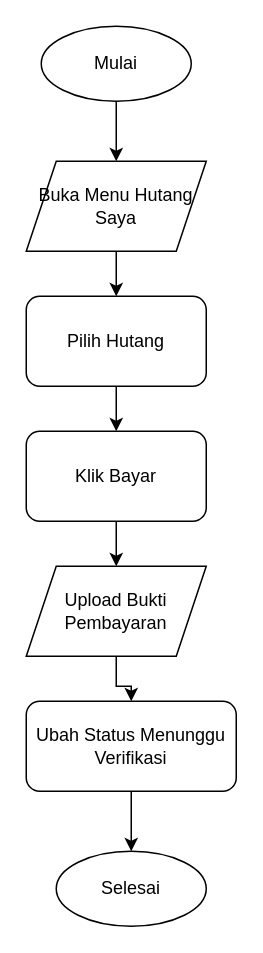
The draw.io diagram diagram/flowchart/07_customer_bayar_hutang.drawio in RajaSunrise/ud_zivana, before the edit. Source tidied: cells renumbered, new cells numbered last; positions are measured from the earlier drawing's top-left corner, leaving out a move shared by most shapes. Both pictures are drawn from the tidied source at 150%, with x=0, y=0 at pixel (26, 26).
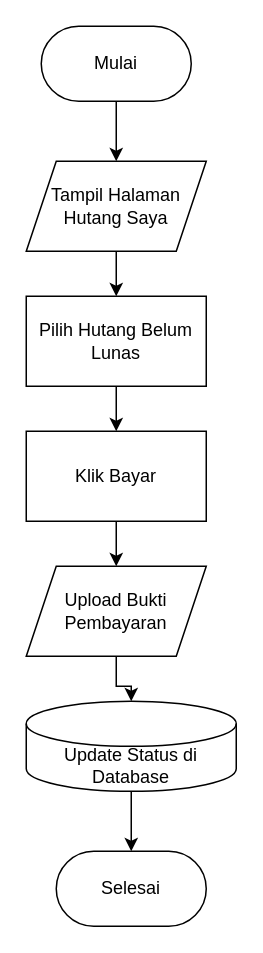
The same diagram, later.

The edit, as a diff of the source:
```diff
@@
 <mxGraphModel>
   <root>
     <mxCell id="0" />
     <mxCell id="1" parent="0" />
-    <mxCell id="2" value="Mulai" style="ellipse;whiteSpace=wrap;html=1;" parent="1" vertex="1">
+    <mxCell id="2" value="Mulai" style="rounded=1;whiteSpace=wrap;html=1;arcSize=50;" parent="1" vertex="1">
       <mxGeometry x="10" width="100" height="50" as="geometry" />
     </mxCell>
-    <mxCell id="3" value="Buka Menu Hutang Saya" style="shape=parallelogram;perimeter=parallelogramPerimeter;whiteSpace=wrap;html=1;fixedSize=1;" parent="1" vertex="1">
+    <mxCell id="3" value="Tampil Halaman Hutang Saya" style="shape=parallelogram;perimeter=parallelogramPerimeter;whiteSpace=wrap;html=1;fixedSize=1;" parent="1" vertex="1">
       <mxGeometry y="90" width="120" height="60" as="geometry" />
     </mxCell>
-    <mxCell id="4" value="Pilih Hutang" style="rounded=1;whiteSpace=wrap;html=1;" parent="1" vertex="1">
+    <mxCell id="4" value="Pilih Hutang Belum Lunas" style="rounded=0;whiteSpace=wrap;html=1;" parent="1" vertex="1">
       <mxGeometry y="180" width="120" height="60" as="geometry" />
     </mxCell>
-    <mxCell id="5" value="Klik Bayar" style="rounded=1;whiteSpace=wrap;html=1;" parent="1" vertex="1">
+    <mxCell id="5" value="Klik Bayar" style="rounded=0;whiteSpace=wrap;html=1;" parent="1" vertex="1">
       <mxGeometry y="270" width="120" height="60" as="geometry" />
     </mxCell>
     <mxCell id="6" value="Upload Bukti Pembayaran" style="shape=parallelogram;perimeter=parallelogramPerimeter;whiteSpace=wrap;html=1;fixedSize=1;" parent="1" vertex="1">
       <mxGeometry y="360" width="120" height="60" as="geometry" />
     </mxCell>
-    <mxCell id="7" value="Ubah Status Menunggu Verifikasi" style="rounded=1;whiteSpace=wrap;html=1;" parent="1" vertex="1">
+    <mxCell id="7" value="Update Status di Database" style="shape=cylinder3;whiteSpace=wrap;html=1;boundedLbl=1;backgroundOutline=1;size=15;" parent="1" vertex="1">
       <mxGeometry y="450" width="140" height="60" as="geometry" />
     </mxCell>
-    <mxCell id="8" value="Selesai" style="ellipse;whiteSpace=wrap;html=1;" parent="1" vertex="1">
+    <mxCell id="8" value="Selesai" style="rounded=1;whiteSpace=wrap;html=1;arcSize=50;" parent="1" vertex="1">
       <mxGeometry x="20" y="550" width="100" height="50" as="geometry" />
     </mxCell>
     <mxCell id="9" style="edgeStyle=orthogonalEdgeStyle;rounded=0;jettySize=auto;html=1;" parent="1" edge="1" source="2" target="3">
       <mxGeometry relative="1" as="geometry" />
     </mxCell>
     <mxCell id="10" style="edgeStyle=orthogonalEdgeStyle;rounded=0;jettySize=auto;html=1;" parent="1" edge="1" source="3" target="4">
       <mxGeometry relative="1" as="geometry" />
     </mxCell>
     <mxCell id="11" style="edgeStyle=orthogonalEdgeStyle;rounded=0;jettySize=auto;html=1;" parent="1" edge="1" source="4" target="5">
       <mxGeometry relative="1" as="geometry" />
     </mxCell>
     <mxCell id="12" style="edgeStyle=orthogonalEdgeStyle;rounded=0;jettySize=auto;html=1;" parent="1" edge="1" source="5" target="6">
       <mxGeometry relative="1" as="geometry" />
     </mxCell>
     <mxCell id="13" style="edgeStyle=orthogonalEdgeStyle;rounded=0;jettySize=auto;html=1;" parent="1" edge="1" source="6" target="7">
       <mxGeometry relative="1" as="geometry" />
     </mxCell>
     <mxCell id="14" style="edgeStyle=orthogonalEdgeStyle;rounded=0;jettySize=auto;html=1;" parent="1" edge="1" source="7" target="8">
       <mxGeometry relative="1" as="geometry" />
     </mxCell>
   </root>
 </mxGraphModel>
```
